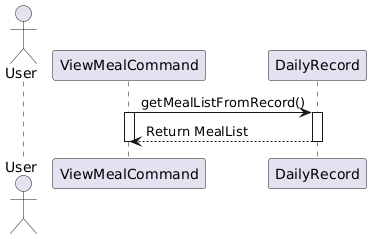
Above: docs/images/viewMealSequenceDiagram.png in nus-cs2113-AY2425S1/tp (PlantUML), before the change.
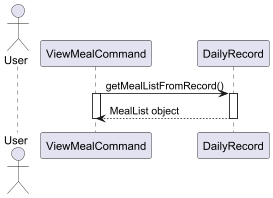
Later version of the same file.

The edit, as a diff of the source:
```diff
@@ -6,7 +6,7 @@
 ViewCmd -> DailyRec: getMealListFromRecord()
 activate ViewCmd
 activate DailyRec
-DailyRec --> ViewCmd: Return MealList
+DailyRec --> ViewCmd: MealList object
 deactivate DailyRec
 
 deactivate ViewCmd
```
